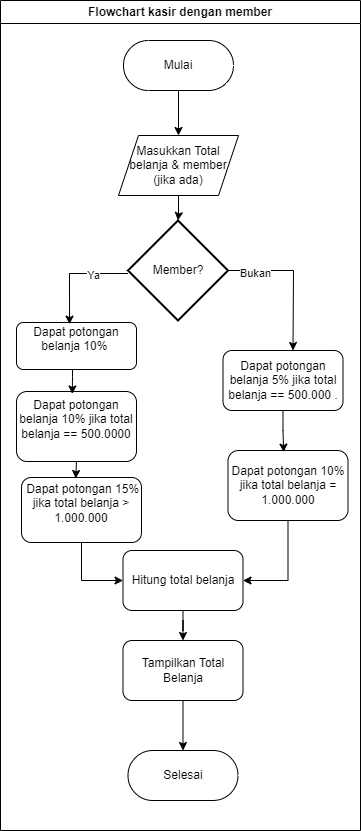
This is Pertemuan1_0029/tugas premprog web 2.drawio.png from Staginoir/tugaspemprogramanweb2, a draw.io export, as it was before one commit. Source tidied: cells renumbered, new cells last; positions are measured from the earlier drawing's top-left corner, leaving out a move shared by most shapes.
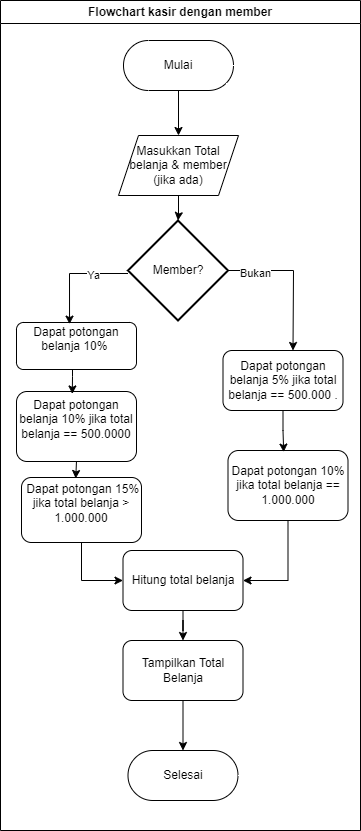
The same diagram one commit later.

Commit message:
memperbaiki flowchart

The edit, as a diff of the source:
```diff
@@ -52,7 +52,7 @@
     <mxCell id="17" value="&amp;nbsp;Dapat potongan 15% jika total belanja &amp;gt; 1.000.000&lt;div&gt;&lt;br&gt;&lt;/div&gt;" style="rounded=1;whiteSpace=wrap;html=1;" parent="2" vertex="1">
       <mxGeometry x="21" y="477" width="120" height="65" as="geometry" />
     </mxCell>
-    <mxCell id="18" value="Dapat potongan 10% jika total belanja = 1.000.000" style="rounded=1;whiteSpace=wrap;html=1;" parent="2" vertex="1">
+    <mxCell id="18" value="Dapat potongan 10% jika total belanja == 1.000.000" style="rounded=1;whiteSpace=wrap;html=1;" parent="2" vertex="1">
       <mxGeometry x="227.5" y="450" width="120" height="70" as="geometry" />
     </mxCell>
     <mxCell id="19" style="edgeStyle=orthogonalEdgeStyle;rounded=0;jettySize=auto;html=1;entryX=0.464;entryY=0.023;entryDx=0;entryDy=0;entryPerimeter=0;" parent="2" edge="1" source="11" target="18">
```
